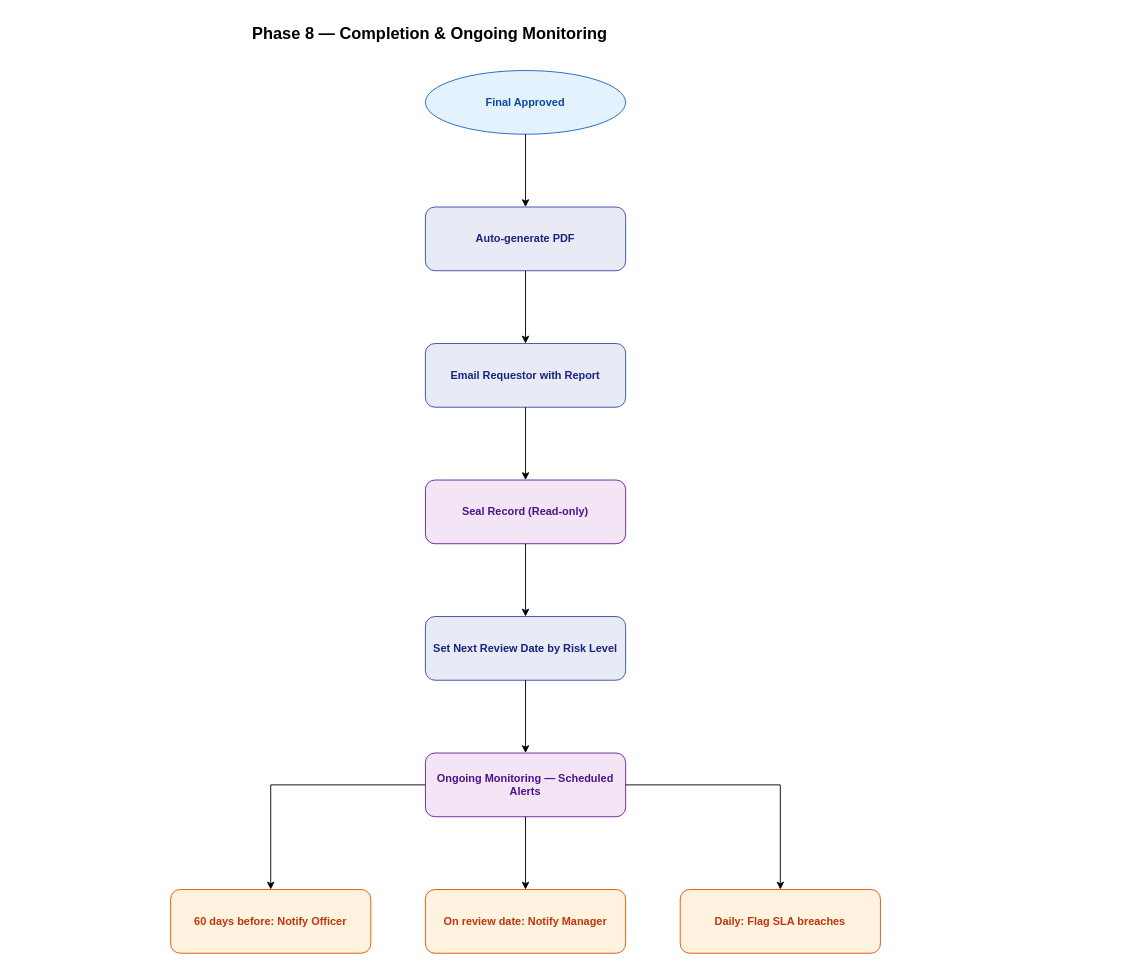
mazharr-hussain/KycReport keeps this draw.io diagram as page "Phase 8 Detail" (8 of 9) of docs/diagrams/drawio/best-practice-e2e.drawio. Above is the earlier version. Source tidied: cells renumbered, new cells numbered last; positions are measured from the earlier drawing's top-left corner, leaving out a move shared by most shapes. Both pictures are drawn from the tidied source at 91%, with x=0, y=0 at pixel (157, 15).
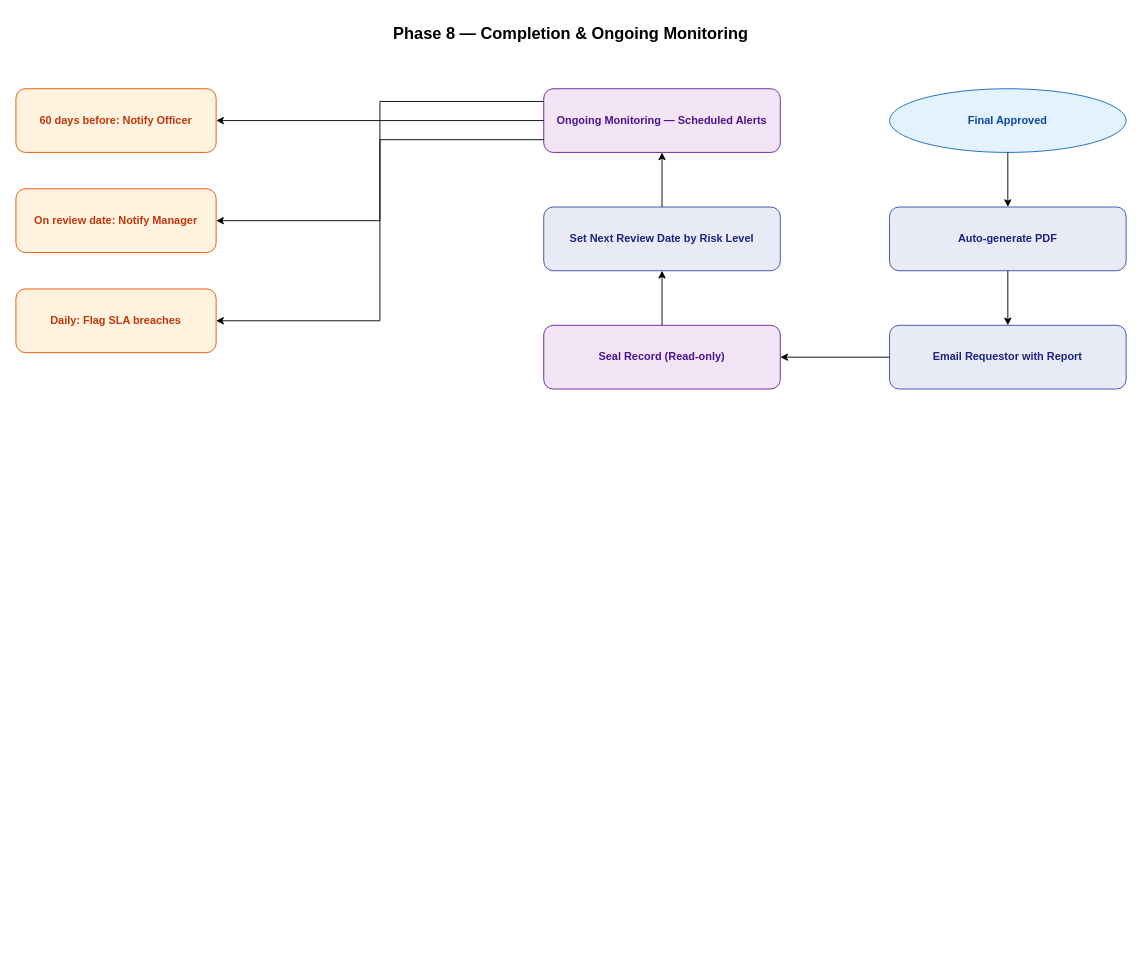
The same page after the edit.

What changed in the source:
```diff
@@
 <mxGraphModel>
   <root>
     <mxCell id="0" />
     <mxCell id="1" parent="0" />
     <mxCell id="2" value="Phase 8 — Completion &amp; Ongoing Monitoring" style="text;html=1;strokeColor=none;fillColor=none;align=center;verticalAlign=middle;whiteSpace=wrap;rounded=0;fontSize=18;fontStyle=1;" parent="1" vertex="1">
-      <mxGeometry width="600" height="40" as="geometry" />
+      <mxGeometry x="155" width="600" height="40" as="geometry" />
     </mxCell>
     <mxCell id="3" value="Final Approved" style="ellipse;whiteSpace=wrap;html=1;fillColor=#E3F2FD;strokeColor=#1565C0;fontColor=#0D47A1;fontSize=12;fontStyle=1;rounded=1;" parent="1" vertex="1">
-      <mxGeometry x="295" y="60" width="220" height="70" as="geometry" />
+      <mxGeometry x="805" y="80" width="260" height="70" as="geometry" />
     </mxCell>
     <mxCell id="4" value="Auto-generate PDF" style="rect;whiteSpace=wrap;html=1;fillColor=#E8EAF6;strokeColor=#3949AB;fontColor=#1A237E;fontSize=12;fontStyle=1;rounded=1;" parent="1" vertex="1">
-      <mxGeometry x="295" y="210" width="220" height="70" as="geometry" />
+      <mxGeometry x="805" y="210" width="260" height="70" as="geometry" />
     </mxCell>
     <mxCell id="5" value="Email Requestor with Report" style="rect;whiteSpace=wrap;html=1;fillColor=#E8EAF6;strokeColor=#3949AB;fontColor=#1A237E;fontSize=12;fontStyle=1;rounded=1;" parent="1" vertex="1">
-      <mxGeometry x="295" y="360" width="220" height="70" as="geometry" />
+      <mxGeometry x="805" y="340" width="260" height="70" as="geometry" />
     </mxCell>
     <mxCell id="6" value="Seal Record (Read-only)" style="rect;whiteSpace=wrap;html=1;fillColor=#F3E5F5;strokeColor=#6A1B9A;fontColor=#4A148C;fontSize=12;fontStyle=1;rounded=1;" parent="1" vertex="1">
-      <mxGeometry x="295" y="510" width="220" height="70" as="geometry" />
+      <mxGeometry x="425" y="340" width="260" height="70" as="geometry" />
     </mxCell>
     <mxCell id="7" value="Set Next Review Date by Risk Level" style="rect;whiteSpace=wrap;html=1;fillColor=#E8EAF6;strokeColor=#3949AB;fontColor=#1A237E;fontSize=12;fontStyle=1;rounded=1;" parent="1" vertex="1">
-      <mxGeometry x="295" y="660" width="220" height="70" as="geometry" />
+      <mxGeometry x="425" y="210" width="260" height="70" as="geometry" />
     </mxCell>
     <mxCell id="8" value="Ongoing Monitoring — Scheduled Alerts" style="rect;whiteSpace=wrap;html=1;fillColor=#F3E5F5;strokeColor=#6A1B9A;fontColor=#4A148C;fontSize=12;fontStyle=1;rounded=1;" parent="1" vertex="1">
-      <mxGeometry x="295" y="810" width="220" height="70" as="geometry" />
+      <mxGeometry x="425" y="80" width="260" height="70" as="geometry" />
     </mxCell>
     <mxCell id="9" value="60 days before: Notify Officer" style="rect;whiteSpace=wrap;html=1;fillColor=#FFF3E0;strokeColor=#E65100;fontColor=#BF360C;fontSize=12;fontStyle=1;rounded=1;" parent="1" vertex="1">
-      <mxGeometry x="15" y="960" width="220" height="70" as="geometry" />
+      <mxGeometry x="-155" y="80" width="220" height="70" as="geometry" />
     </mxCell>
     <mxCell id="10" value="On review date: Notify Manager" style="rect;whiteSpace=wrap;html=1;fillColor=#FFF3E0;strokeColor=#E65100;fontColor=#BF360C;fontSize=12;fontStyle=1;rounded=1;" parent="1" vertex="1">
-      <mxGeometry x="295" y="960" width="220" height="70" as="geometry" />
+      <mxGeometry x="-155" y="190" width="220" height="70" as="geometry" />
     </mxCell>
     <mxCell id="11" value="Daily: Flag SLA breaches" style="rect;whiteSpace=wrap;html=1;fillColor=#FFF3E0;strokeColor=#E65100;fontColor=#BF360C;fontSize=12;fontStyle=1;rounded=1;" parent="1" vertex="1">
-      <mxGeometry x="575" y="960" width="220" height="70" as="geometry" />
+      <mxGeometry x="-155" y="300" width="220" height="70" as="geometry" />
     </mxCell>
-    <mxCell id="12" style="edgeStyle=orthogonalEdgeStyle;rounded=0;html=1;fontSize=11;" parent="1" edge="1" source="3" target="4">
+    <mxCell id="12" style="edgeStyle=orthogonalEdgeStyle;rounded=0;html=1;fontSize=11;exitX=0.5;exitY=1;entryX=0.5;entryY=0;" parent="1" edge="1" source="3" target="4">
       <mxGeometry relative="1" as="geometry" />
     </mxCell>
-    <mxCell id="13" style="edgeStyle=orthogonalEdgeStyle;rounded=0;html=1;fontSize=11;" parent="1" edge="1" source="4" target="5">
+    <mxCell id="13" style="edgeStyle=orthogonalEdgeStyle;rounded=0;html=1;fontSize=11;exitX=0.5;exitY=1;entryX=0.5;entryY=0;" parent="1" edge="1" source="4" target="5">
       <mxGeometry relative="1" as="geometry" />
     </mxCell>
-    <mxCell id="14" style="edgeStyle=orthogonalEdgeStyle;rounded=0;html=1;fontSize=11;" parent="1" edge="1" source="5" target="6">
+    <mxCell id="14" style="edgeStyle=orthogonalEdgeStyle;rounded=0;html=1;fontSize=11;exitX=0;exitY=0.5;entryX=1;entryY=0.5;" parent="1" edge="1" source="5" target="6">
       <mxGeometry relative="1" as="geometry" />
     </mxCell>
-    <mxCell id="15" style="edgeStyle=orthogonalEdgeStyle;rounded=0;html=1;fontSize=11;" parent="1" edge="1" source="6" target="7">
+    <mxCell id="15" style="edgeStyle=orthogonalEdgeStyle;rounded=0;html=1;fontSize=11;exitX=0.5;exitY=0;entryX=0.5;entryY=1;" parent="1" edge="1" source="6" target="7">
       <mxGeometry relative="1" as="geometry" />
     </mxCell>
-    <mxCell id="16" style="edgeStyle=orthogonalEdgeStyle;rounded=0;html=1;fontSize=11;" parent="1" edge="1" source="7" target="8">
+    <mxCell id="16" style="edgeStyle=orthogonalEdgeStyle;rounded=0;html=1;fontSize=11;exitX=0.5;exitY=0;entryX=0.5;entryY=1;" parent="1" edge="1" source="7" target="8">
       <mxGeometry relative="1" as="geometry" />
     </mxCell>
-    <mxCell id="17" style="edgeStyle=orthogonalEdgeStyle;rounded=0;html=1;fontSize=11;" parent="1" edge="1" source="8" target="9">
+    <mxCell id="17" style="edgeStyle=orthogonalEdgeStyle;rounded=0;html=1;fontSize=11;exitX=0;exitY=0.2;entryX=1;entryY=0.5;" parent="1" edge="1" source="8" target="9">
       <mxGeometry relative="1" as="geometry" />
     </mxCell>
-    <mxCell id="18" style="edgeStyle=orthogonalEdgeStyle;rounded=0;html=1;fontSize=11;" parent="1" edge="1" source="8" target="10">
+    <mxCell id="18" style="edgeStyle=orthogonalEdgeStyle;rounded=0;html=1;fontSize=11;exitX=0;exitY=0.5;entryX=1;entryY=0.5;" parent="1" edge="1" source="8" target="10">
       <mxGeometry relative="1" as="geometry" />
     </mxCell>
-    <mxCell id="19" style="edgeStyle=orthogonalEdgeStyle;rounded=0;html=1;fontSize=11;" parent="1" edge="1" source="8" target="11">
+    <mxCell id="19" style="edgeStyle=orthogonalEdgeStyle;rounded=0;html=1;fontSize=11;exitX=0;exitY=0.8;entryX=1;entryY=0.5;" parent="1" edge="1" source="8" target="11">
       <mxGeometry relative="1" as="geometry" />
     </mxCell>
   </root>
 </mxGraphModel>
```
